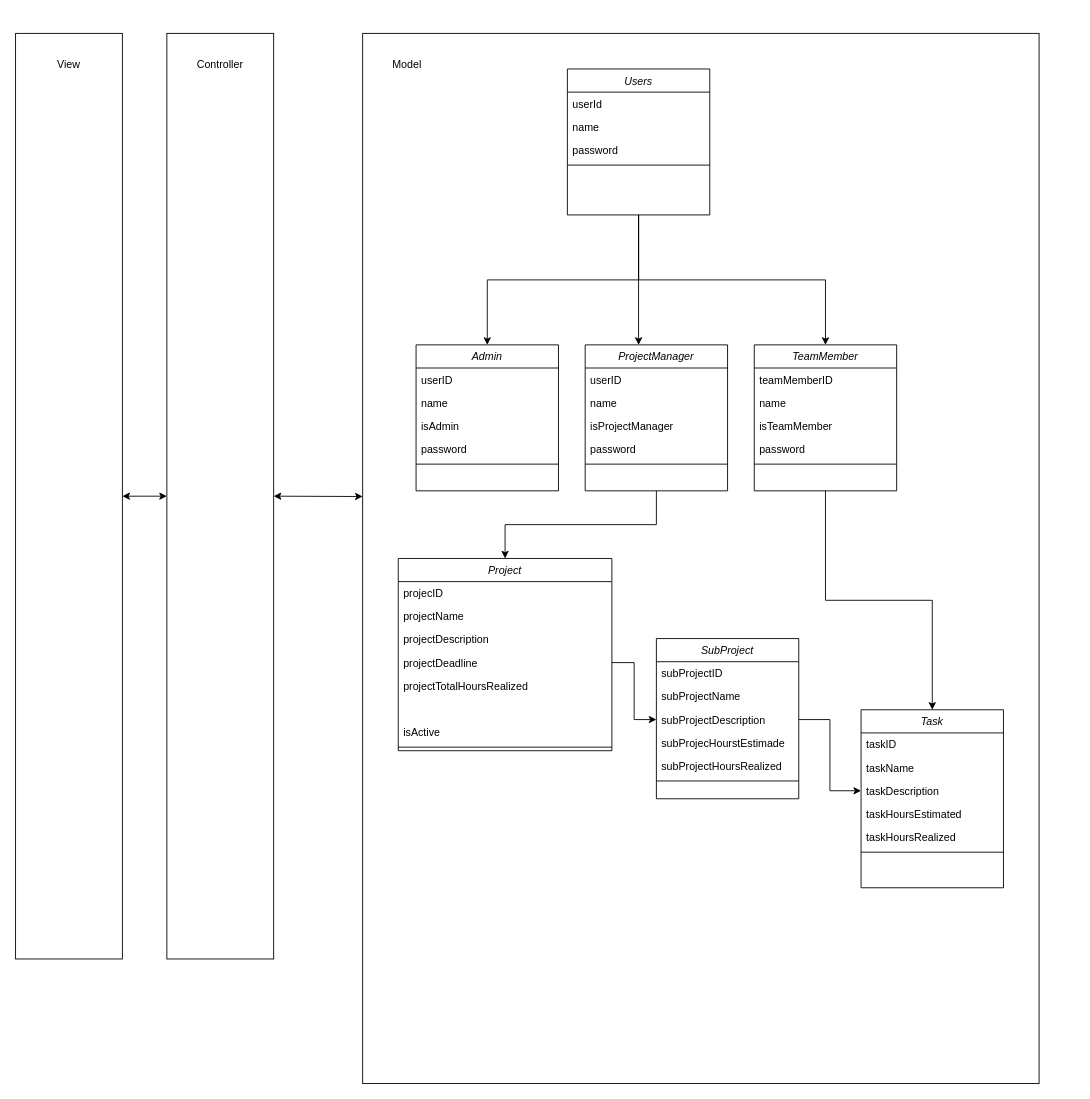
Before: docs/Domænemodel.drawio in danskode/EasyScope, a draw.io diagram. Source tidied: cells renumbered, new cells numbered last; positions are measured from the earlier drawing's top-left corner, leaving out a move shared by most shapes. Both pictures are drawn from the tidied source at 89%, with x=0, y=0 at pixel (15, 33).
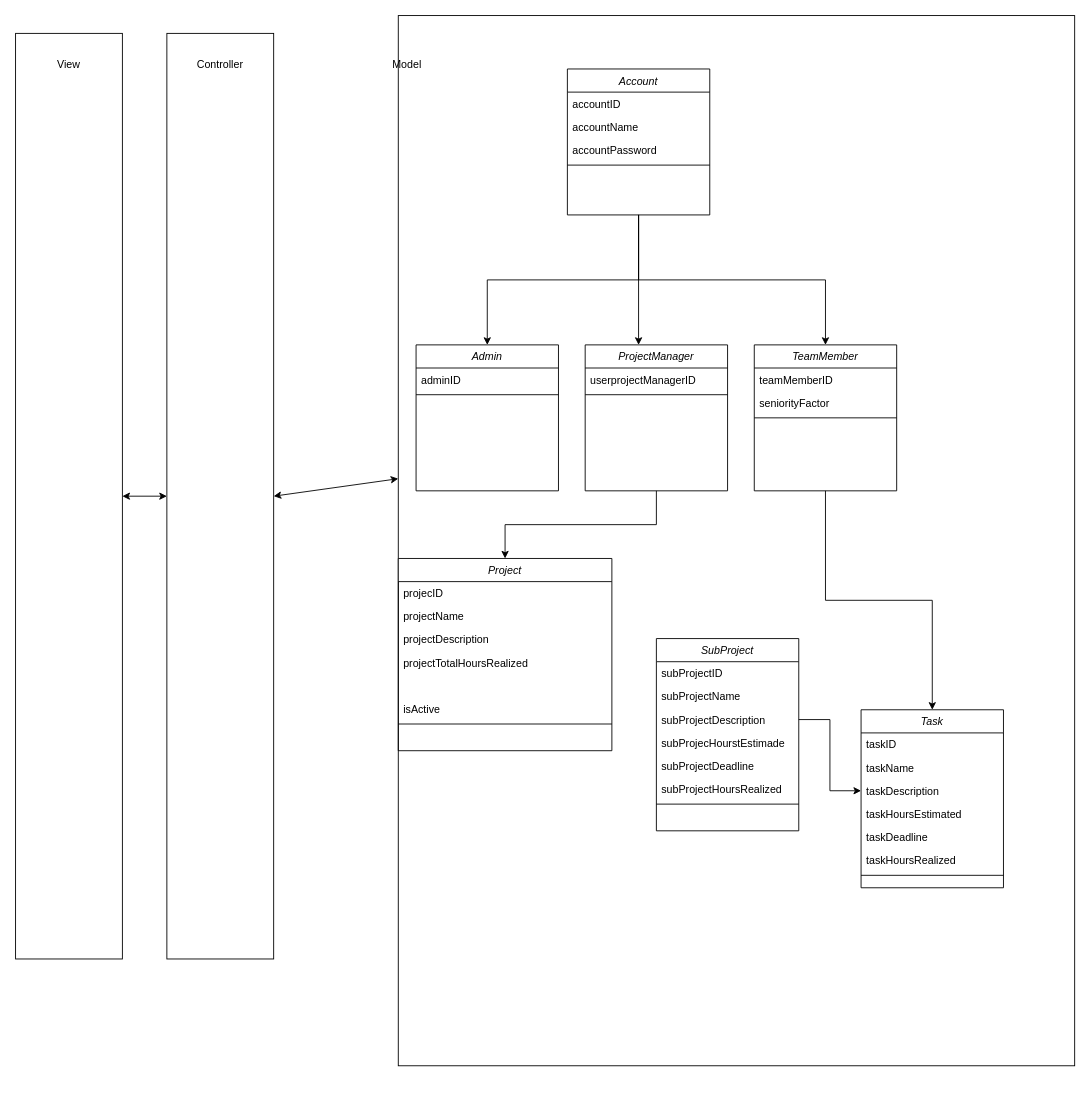
After the change.

Commit message (it also covers changes not shown here):
Domænemodel opdateret

The change refers to these unchanged cells:
```xml
<mxCell id="10" value="Admin" style="swimlane;fontStyle=2;align=center;verticalAlign=top;horizontal=1;startSize=26;rounded=0;shadow=0;strokeWidth=1;" parent="1" vertex="1">
  <mxGeometry x="450" y="350" width="160" height="164" as="geometry" />
</mxCell>
<mxCell id="17" value="ProjectManager" style="swimlane;fontStyle=2;align=center;verticalAlign=top;horizontal=1;startSize=26;rounded=0;shadow=0;strokeWidth=1;" parent="1" vertex="1">
  <mxGeometry x="640" y="350" width="160" height="164" as="geometry" />
</mxCell>
<mxCell id="24" value="TeamMember" style="swimlane;fontStyle=2;align=center;verticalAlign=top;horizontal=1;startSize=26;rounded=0;shadow=0;strokeWidth=1;" parent="1" vertex="1">
  <mxGeometry x="830" y="350" width="160" height="164" as="geometry" />
</mxCell>
<mxCell id="31" value="Project" style="swimlane;fontStyle=2;align=center;verticalAlign=top;horizontal=1;startSize=26;rounded=0;shadow=0;strokeWidth=1;" parent="1" vertex="1">
  <mxGeometry x="430" y="590" width="240" height="216" as="geometry" />
</mxCell>
<mxCell id="40" value="Task" style="swimlane;fontStyle=2;align=center;verticalAlign=top;horizontal=1;startSize=26;rounded=0;shadow=0;strokeWidth=1;" parent="1" vertex="1">
  <mxGeometry x="950" y="760" width="160" height="200" as="geometry" />
</mxCell>
<mxCell id="57" value="subProjectDescription" style="text;align=left;verticalAlign=top;spacingLeft=4;spacingRight=4;overflow=hidden;points=[[0,0.5],[1,0.5]];portConstraint=eastwest;" parent="54" vertex="1">
  <mxGeometry y="78" width="160" height="26" as="geometry" />
</mxCell>
```

Change to the diagram source:
```diff
@@
     <mxCell id="2" style="rounded=0;whiteSpace=wrap;html=1;" parent="1" vertex="1">
-      <mxGeometry x="390" width="760" height="1180" as="geometry" />
+      <mxGeometry x="430" y="-20" width="760" height="1180" as="geometry" />
     </mxCell>
@@
-    <mxCell id="5" value="Users" style="swimlane;fontStyle=2;align=center;verticalAlign=top;horizontal=1;startSize=26;rounded=0;shadow=0;strokeWidth=1;" parent="1" vertex="1">
+    <mxCell id="5" value="Account" style="swimlane;fontStyle=2;align=center;verticalAlign=top;horizontal=1;startSize=26;rounded=0;shadow=0;strokeWidth=1;" parent="1" vertex="1">
       <mxGeometry x="620" y="40" width="160" height="164" as="geometry" />
     </mxCell>
-    <mxCell id="6" value="userId" style="text;align=left;verticalAlign=top;spacingLeft=4;spacingRight=4;overflow=hidden;" parent="5" vertex="1">
+    <mxCell id="6" value="accountID" style="text;align=left;verticalAlign=top;spacingLeft=4;spacingRight=4;overflow=hidden;" parent="5" vertex="1">
       <mxGeometry y="26" width="160" height="26" as="geometry" />
     </mxCell>
-    <mxCell id="7" value="name" style="text;align=left;verticalAlign=top;spacingLeft=4;spacingRight=4;overflow=hidden;" parent="5" vertex="1">
+    <mxCell id="7" value="accountName" style="text;align=left;verticalAlign=top;spacingLeft=4;spacingRight=4;overflow=hidden;" parent="5" vertex="1">
       <mxGeometry y="52" width="160" height="26" as="geometry" />
     </mxCell>
-    <mxCell id="8" value="password" style="text;align=left;verticalAlign=top;spacingLeft=4;spacingRight=4;overflow=hidden;" parent="5" vertex="1">
+    <mxCell id="8" value="accountPassword" style="text;align=left;verticalAlign=top;spacingLeft=4;spacingRight=4;overflow=hidden;" parent="5" vertex="1">
       <mxGeometry y="78" width="160" height="26" as="geometry" />
     </mxCell>
@@
-    <mxCell id="11" value="userID" style="text;align=left;verticalAlign=top;spacingLeft=4;spacingRight=4;overflow=hidden;" parent="10" vertex="1">
+    <mxCell id="11" value="adminID" style="text;align=left;verticalAlign=top;spacingLeft=4;spacingRight=4;overflow=hidden;" parent="10" vertex="1">
       <mxGeometry y="26" width="160" height="26" as="geometry" />
     </mxCell>
-    <mxCell id="12" value="name" style="text;align=left;verticalAlign=top;spacingLeft=4;spacingRight=4;overflow=hidden;" parent="10" vertex="1">
-      <mxGeometry y="52" width="160" height="26" as="geometry" />
-    </mxCell>
-    <mxCell id="13" value="isAdmin" style="text;align=left;verticalAlign=top;spacingLeft=4;spacingRight=4;overflow=hidden;" parent="10" vertex="1">
-      <mxGeometry y="78" width="160" height="26" as="geometry" />
-    </mxCell>
-    <mxCell id="14" value="password" style="text;align=left;verticalAlign=top;spacingLeft=4;spacingRight=4;overflow=hidden;" parent="10" vertex="1">
-      <mxGeometry y="104" width="160" height="26" as="geometry" />
-    </mxCell>
     <mxCell id="15" style="line;html=1;strokeWidth=1;align=left;verticalAlign=middle;spacingTop=-1;spacingLeft=3;spacingRight=3;labelPosition=right;" parent="10" vertex="1">
-      <mxGeometry y="130" width="160" height="8" as="geometry" />
+      <mxGeometry y="52" width="160" height="8" as="geometry" />
     </mxCell>
@@
-    <mxCell id="18" value="userID" style="text;align=left;verticalAlign=top;spacingLeft=4;spacingRight=4;overflow=hidden;" parent="17" vertex="1">
+    <mxCell id="18" value="userprojectManagerID" style="text;align=left;verticalAlign=top;spacingLeft=4;spacingRight=4;overflow=hidden;" parent="17" vertex="1">
       <mxGeometry y="26" width="160" height="26" as="geometry" />
     </mxCell>
-    <mxCell id="19" value="name" style="text;align=left;verticalAlign=top;spacingLeft=4;spacingRight=4;overflow=hidden;" parent="17" vertex="1">
-      <mxGeometry y="52" width="160" height="26" as="geometry" />
-    </mxCell>
-    <mxCell id="20" value="isProjectManager" style="text;align=left;verticalAlign=top;spacingLeft=4;spacingRight=4;overflow=hidden;" parent="17" vertex="1">
-      <mxGeometry y="78" width="160" height="26" as="geometry" />
-    </mxCell>
-    <mxCell id="21" value="password" style="text;align=left;verticalAlign=top;spacingLeft=4;spacingRight=4;overflow=hidden;" parent="17" vertex="1">
-      <mxGeometry y="104" width="160" height="26" as="geometry" />
-    </mxCell>
     <mxCell id="22" style="line;html=1;strokeWidth=1;align=left;verticalAlign=middle;spacingTop=-1;spacingLeft=3;spacingRight=3;labelPosition=right;" parent="17" vertex="1">
-      <mxGeometry y="130" width="160" height="8" as="geometry" />
+      <mxGeometry y="52" width="160" height="8" as="geometry" />
     </mxCell>
@@
-    <mxCell id="26" value="name" style="text;align=left;verticalAlign=top;spacingLeft=4;spacingRight=4;overflow=hidden;" parent="24" vertex="1">
-      <mxGeometry y="52" width="160" height="26" as="geometry" />
-    </mxCell>
-    <mxCell id="27" value="isTeamMember" style="text;align=left;verticalAlign=top;spacingLeft=4;spacingRight=4;overflow=hidden;" parent="24" vertex="1">
-      <mxGeometry y="78" width="160" height="26" as="geometry" />
-    </mxCell>
-    <mxCell id="28" value="password" style="text;align=left;verticalAlign=top;spacingLeft=4;spacingRight=4;overflow=hidden;" parent="24" vertex="1">
-      <mxGeometry y="104" width="160" height="26" as="geometry" />
-    </mxCell>
+    <mxCell id="63" value="seniorityFactor" style="text;align=left;verticalAlign=top;spacingLeft=4;spacingRight=4;overflow=hidden;" parent="24" vertex="1">
+      <mxGeometry y="52" width="160" height="26" as="geometry" />
+    </mxCell>
     <mxCell id="29" style="line;html=1;strokeWidth=1;align=left;verticalAlign=middle;spacingTop=-1;spacingLeft=3;spacingRight=3;labelPosition=right;" parent="24" vertex="1">
-      <mxGeometry y="130" width="160" height="8" as="geometry" />
+      <mxGeometry y="78" width="160" height="8" as="geometry" />
     </mxCell>
@@
-    <mxCell id="35" value="projectDeadline" style="text;align=left;verticalAlign=top;spacingLeft=4;spacingRight=4;overflow=hidden;points=[[0,0.5],[1,0.5]];portConstraint=eastwest;" parent="31" vertex="1">
-      <mxGeometry y="104" width="240" height="26" as="geometry" />
-    </mxCell>
     <mxCell id="36" value="projectTotalHoursRealized" style="text;align=left;verticalAlign=top;spacingLeft=4;spacingRight=4;overflow=hidden;" parent="31" vertex="1">
-      <mxGeometry y="130" width="240" height="26" as="geometry" />
+      <mxGeometry y="104" width="240" height="26" as="geometry" />
     </mxCell>
     <mxCell id="37" style="text;align=left;verticalAlign=top;spacingLeft=4;spacingRight=4;overflow=hidden;" parent="31" vertex="1">
-      <mxGeometry y="156" width="240" height="26" as="geometry" />
+      <mxGeometry y="130" width="240" height="26" as="geometry" />
     </mxCell>
     <mxCell id="38" value="isActive" style="text;align=left;verticalAlign=top;spacingLeft=4;spacingRight=4;overflow=hidden;" parent="31" vertex="1">
-      <mxGeometry y="182" width="240" height="26" as="geometry" />
+      <mxGeometry y="156" width="240" height="26" as="geometry" />
     </mxCell>
     <mxCell id="39" style="line;html=1;strokeWidth=1;align=left;verticalAlign=middle;spacingTop=-1;spacingLeft=3;spacingRight=3;labelPosition=right;" parent="31" vertex="1">
-      <mxGeometry y="208" width="240" height="8" as="geometry" />
+      <mxGeometry y="182" width="240" height="8" as="geometry" />
     </mxCell>
@@
+    <mxCell id="64" value="taskDeadline" style="text;align=left;verticalAlign=top;spacingLeft=4;spacingRight=4;overflow=hidden;" parent="40" vertex="1">
+      <mxGeometry y="130" width="160" height="26" as="geometry" />
+    </mxCell>
     <mxCell id="45" value="taskHoursRealized" style="text;align=left;verticalAlign=top;spacingLeft=4;spacingRight=4;overflow=hidden;" parent="40" vertex="1">
-      <mxGeometry y="130" width="160" height="26" as="geometry" />
+      <mxGeometry y="156" width="160" height="26" as="geometry" />
     </mxCell>
     <mxCell id="46" style="line;html=1;strokeWidth=1;align=left;verticalAlign=middle;spacingTop=-1;spacingLeft=3;spacingRight=3;labelPosition=right;" parent="40" vertex="1">
-      <mxGeometry y="156" width="160" height="8" as="geometry" />
+      <mxGeometry y="182" width="160" height="8" as="geometry" />
     </mxCell>
@@
     <mxCell id="54" value="SubProject" style="swimlane;fontStyle=2;align=center;verticalAlign=top;horizontal=1;startSize=26;rounded=0;shadow=0;strokeWidth=1;" parent="1" vertex="1">
-      <mxGeometry x="720" y="680" width="160" height="180" as="geometry" />
+      <mxGeometry x="720" y="680" width="160" height="216" as="geometry" />
     </mxCell>
@@
+    <mxCell id="65" value="subProjectDeadline" style="text;align=left;verticalAlign=top;spacingLeft=4;spacingRight=4;overflow=hidden;" parent="54" vertex="1">
+      <mxGeometry y="130" width="160" height="26" as="geometry" />
+    </mxCell>
     <mxCell id="59" value="subProjectHoursRealized" style="text;align=left;verticalAlign=top;spacingLeft=4;spacingRight=4;overflow=hidden;" parent="54" vertex="1">
-      <mxGeometry y="130" width="160" height="26" as="geometry" />
+      <mxGeometry y="156" width="160" height="26" as="geometry" />
     </mxCell>
     <mxCell id="60" style="line;html=1;strokeWidth=1;align=left;verticalAlign=middle;spacingTop=-1;spacingLeft=3;spacingRight=3;labelPosition=right;" parent="54" vertex="1">
-      <mxGeometry y="156" width="160" height="8" as="geometry" />
+      <mxGeometry y="182" width="160" height="8" as="geometry" />
     </mxCell>
-    <mxCell id="61" style="edgeStyle=orthogonalEdgeStyle;rounded=0;jettySize=auto;html=1;exitX=1;exitY=0.5;exitDx=0;exitDy=0;entryX=0;entryY=0.5;entryDx=0;entryDy=0;" parent="1" edge="1" source="35" target="57">
+    <mxCell id="61" style="edgeStyle=orthogonalEdgeStyle;rounded=0;jettySize=auto;html=1;exitX=1;exitY=0.5;exitDx=0;exitDy=0;entryX=0;entryY=0.5;entryDx=0;entryDy=0;" parent="1" edge="1" target="57">
       <mxGeometry relative="1" as="geometry" />
     </mxCell>
```
